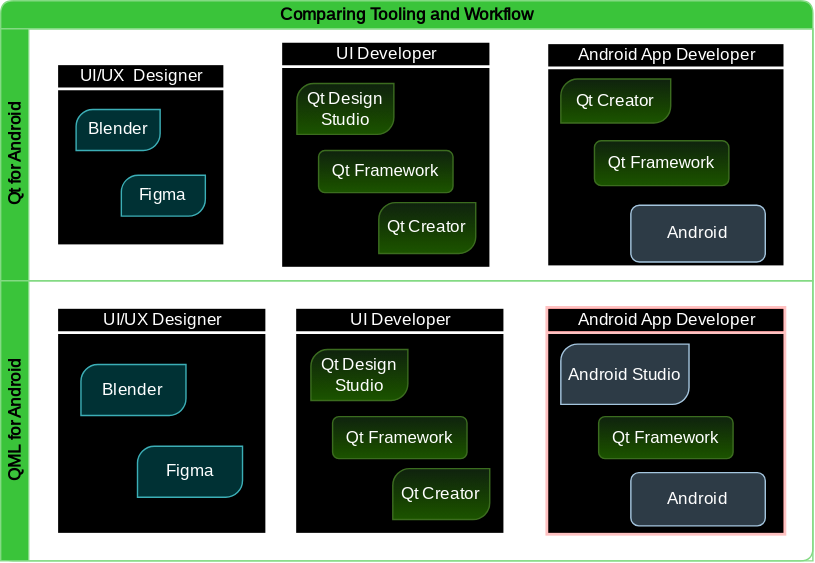
Earlier version of the draw.io export doc/images/qml-for-android-comparisson.drawio.svg (qt/qtdoc). Source tidied: cells renumbered, new cells last; positions are measured from the earlier drawing's top-left corner, leaving out a move shared by most shapes.
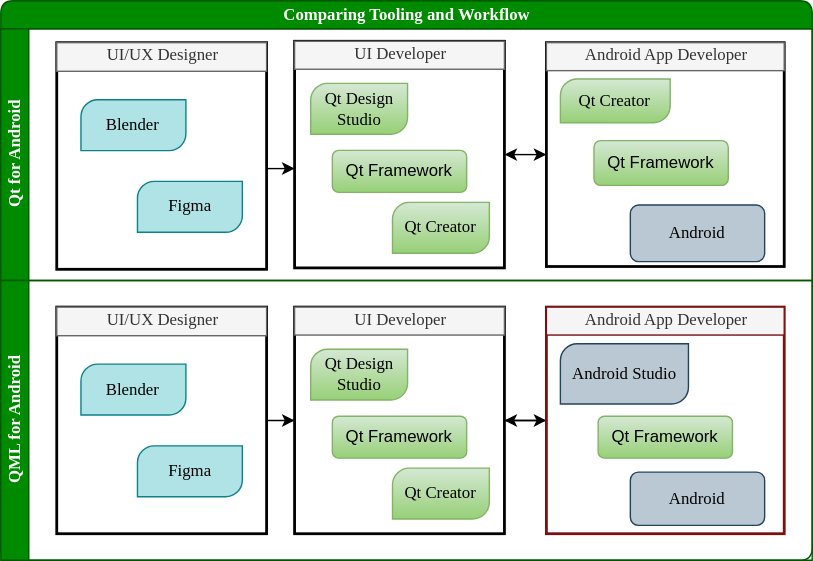
Later version of the same file.

Commit message:
Android: fix background color for qml for image

Some of the boxes had black background while others
had white, they don't look nice. Now, all backgrounds
are suitable for a white background.

Pick-to: 6.8

Diff of the diagram source:
```diff
@@ -8,34 +8,14 @@
     <mxCell id="3" value="Qt for Android" style="swimlane;startSize=20;horizontal=0;html=1;fontFamily=titillium web;fontSource=https%3A%2F%2Ffonts.google.com%2Fspecimen%2FTitillium%2BWeb;fontColor=#ffffff;fillColor=#008a00;strokeColor=#005700;" parent="2" vertex="1">
       <mxGeometry y="20" width="580" height="180" as="geometry" />
     </mxCell>
-    <mxCell id="4" style="edgeStyle=orthogonalEdgeStyle;rounded=0;jettySize=auto;html=1;entryX=0;entryY=0.5;entryDx=0;entryDy=0;fontFamily=titillium web;fontSource=https%3A%2F%2Ffonts.google.com%2Fspecimen%2FTitillium%2BWeb;" parent="3" edge="1" source="5" target="17">
-      <mxGeometry relative="1" as="geometry" />
-    </mxCell>
-    <mxCell id="5" style="strokeWidth=2;html=1;shape=mxgraph.lean_mapping.manufacturing_process;fontSize=12;verticalAlign=middle;html=1;align=center;whiteSpace=wrap;fontFamily=titillium web;fontSource=https%3A%2F%2Ffonts.google.com%2Fspecimen%2FTitillium%2BWeb;" parent="3" vertex="1">
-      <mxGeometry x="40" y="25" width="120" height="130" as="geometry" />
-    </mxCell>
-    <mxCell id="6" value="UI/UX&amp;nbsp; Designer" style="text;fontSize=12;spacingLeft=2;verticalAlign=top;html=1;align=center;spacingTop=-5;whiteSpace=wrap;fontFamily=titillium web;fontSource=https%3A%2F%2Ffonts.google.com%2Fspecimen%2FTitillium%2BWeb;" parent="5" vertex="1">
-      <mxGeometry width="120" height="16.4" as="geometry" />
-    </mxCell>
-    <mxCell id="7" value="Blender" style="verticalLabelPosition=middle;verticalAlign=middle;html=1;shape=mxgraph.basic.diag_round_rect;dx=6;whiteSpace=wrap;labelPosition=center;align=center;fillColor=#b0e3e6;strokeColor=#0e8088;fontFamily=titillium web;fontSource=https%3A%2F%2Ffonts.google.com%2Fspecimen%2FTitillium%2BWeb;" parent="5" vertex="1">
-      <mxGeometry x="13.8" y="32.7" width="60" height="29.2" as="geometry" />
-    </mxCell>
-    <mxCell id="8" value="Figma" style="verticalLabelPosition=middle;verticalAlign=middle;html=1;shape=mxgraph.basic.diag_round_rect;dx=6;whiteSpace=wrap;labelPosition=center;align=center;fillColor=#b0e3e6;strokeColor=#0e8088;fontFamily=titillium web;fontSource=https%3A%2F%2Ffonts.google.com%2Fspecimen%2FTitillium%2BWeb;" parent="5" vertex="1">
-      <mxGeometry x="46.2" y="79.6" width="60" height="29.2" as="geometry" />
-    </mxCell>
-    <mxCell id="9" style="edgeStyle=orthogonalEdgeStyle;rounded=0;jettySize=auto;html=1;entryX=0;entryY=0.5;entryDx=0;entryDy=0;fontFamily=titillium web;fontSource=https%3A%2F%2Ffonts.google.com%2Fspecimen%2FTitillium%2BWeb;" parent="3" edge="1" target="11">
-      <mxGeometry relative="1" as="geometry">
-        <mxPoint x="340" y="90" as="sourcePoint" />
-      </mxGeometry>
+    <mxCell id="9" style="edgeStyle=orthogonalEdgeStyle;rounded=0;jettySize=auto;html=1;entryX=0;entryY=0.5;entryDx=0;entryDy=0;fontFamily=titillium web;fontSource=https%3A%2F%2Ffonts.google.com%2Fspecimen%2FTitillium%2BWeb;exitX=1;exitY=0.5;exitDx=0;exitDy=0;endArrow=classic;endFill=1;startArrow=classic;startFill=1;" parent="3" edge="1" source="17" target="11">
+      <mxGeometry relative="1" as="geometry" />
     </mxCell>
-    <mxCell id="10" style="edgeStyle=orthogonalEdgeStyle;rounded=0;jettySize=auto;html=1;entryX=1;entryY=0.5;entryDx=0;entryDy=0;fontFamily=titillium web;fontSource=https%3A%2F%2Ffonts.google.com%2Fspecimen%2FTitillium%2BWeb;" parent="3" edge="1" source="11" target="17">
-      <mxGeometry relative="1" as="geometry" />
-    </mxCell>
-    <mxCell id="11" style="strokeWidth=2;html=1;shape=mxgraph.lean_mapping.manufacturing_process;fontSize=12;verticalAlign=middle;html=1;align=center;whiteSpace=wrap;fontFamily=titillium web;fontSource=https%3A%2F%2Ffonts.google.com%2Fspecimen%2FTitillium%2BWeb;" parent="3" vertex="1">
+    <mxCell id="11" style="strokeWidth=2;html=1;shape=mxgraph.lean_mapping.manufacturing_process;fontSize=12;verticalAlign=middle;html=1;align=center;whiteSpace=wrap;fontFamily=titillium web;fontSource=https%3A%2F%2Ffonts.google.com%2Fspecimen%2FTitillium%2BWeb;fillColor=none;" parent="3" vertex="1">
       <mxGeometry x="390" y="10" width="170" height="160" as="geometry" />
     </mxCell>
-    <mxCell id="12" value="Android App Developer" style="text;fontSize=12;spacingLeft=2;verticalAlign=top;html=1;align=center;spacingTop=-5;whiteSpace=wrap;fontFamily=titillium web;fontSource=https%3A%2F%2Ffonts.google.com%2Fspecimen%2FTitillium%2BWeb;" parent="11" vertex="1">
-      <mxGeometry width="170" height="25.9" as="geometry" />
+    <mxCell id="12" value="Android App Developer" style="text;fontSize=12;spacingLeft=2;verticalAlign=top;html=1;align=center;spacingTop=-5;whiteSpace=wrap;fontFamily=titillium web;fontSource=https%3A%2F%2Ffonts.google.com%2Fspecimen%2FTitillium%2BWeb;fillColor=#f5f5f5;fontColor=#333333;strokeColor=#666666;" parent="11" vertex="1">
+      <mxGeometry width="170" height="20" as="geometry" />
     </mxCell>
     <mxCell id="13" value="Qt Creator" style="verticalLabelPosition=middle;verticalAlign=middle;html=1;shape=mxgraph.basic.diag_round_rect;dx=6;whiteSpace=wrap;labelPosition=center;align=center;fillColor=#d5e8d4;strokeColor=#82b366;gradientColor=#97d077;fontFamily=titillium web;fontSource=https%3A%2F%2Ffonts.google.com%2Fspecimen%2FTitillium%2BWeb;" parent="11" vertex="1">
       <mxGeometry x="10" y="25.9" width="78.5" height="31.3" as="geometry" />
@@ -49,11 +29,11 @@
     <mxCell id="16" style="edgeStyle=orthogonalEdgeStyle;rounded=0;orthogonalLoop=1;jettySize=auto;html=1;exitX=0.5;exitY=1;exitDx=0;exitDy=0;" parent="11" edge="1" source="14" target="14">
       <mxGeometry relative="1" as="geometry" />
     </mxCell>
-    <mxCell id="17" style="strokeWidth=2;html=1;shape=mxgraph.lean_mapping.manufacturing_process;fontSize=12;verticalAlign=middle;html=1;align=center;whiteSpace=wrap;fontFamily=titillium web;fontSource=https%3A%2F%2Ffonts.google.com%2Fspecimen%2FTitillium%2BWeb;" parent="3" vertex="1">
-      <mxGeometry x="200" y="9" width="150" height="162" as="geometry" />
+    <mxCell id="17" style="strokeWidth=2;html=1;shape=mxgraph.lean_mapping.manufacturing_process;fontSize=12;verticalAlign=middle;html=1;align=center;whiteSpace=wrap;fontFamily=titillium web;fontSource=https%3A%2F%2Ffonts.google.com%2Fspecimen%2FTitillium%2BWeb;fillColor=none;" parent="3" vertex="1">
+      <mxGeometry x="210" y="9" width="150" height="162" as="geometry" />
     </mxCell>
-    <mxCell id="18" value="UI Developer" style="text;fontSize=12;spacingLeft=2;verticalAlign=top;html=1;align=center;spacingTop=-5;whiteSpace=wrap;fontFamily=titillium web;fontSource=https%3A%2F%2Ffonts.google.com%2Fspecimen%2FTitillium%2BWeb;" parent="17" vertex="1">
-      <mxGeometry width="150" height="30.1" as="geometry" />
+    <mxCell id="18" value="UI Developer" style="text;fontSize=12;spacingLeft=2;verticalAlign=top;html=1;align=center;spacingTop=-5;whiteSpace=wrap;fontFamily=titillium web;fontSource=https%3A%2F%2Ffonts.google.com%2Fspecimen%2FTitillium%2BWeb;fillColor=#f5f5f5;fontColor=#333333;strokeColor=#666666;" parent="17" vertex="1">
+      <mxGeometry width="150" height="20" as="geometry" />
     </mxCell>
     <mxCell id="19" value="Qt Design Studio" style="verticalLabelPosition=middle;verticalAlign=middle;html=1;shape=mxgraph.basic.diag_round_rect;dx=6;whiteSpace=wrap;labelPosition=center;align=center;fillColor=#d5e8d4;strokeColor=#82b366;gradientColor=#97d077;fontFamily=titillium web;fontSource=https%3A%2F%2Ffonts.google.com%2Fspecimen%2FTitillium%2BWeb;" parent="17" vertex="1">
       <mxGeometry x="11.5" y="30.1" width="69.2" height="36.4" as="geometry" />
@@ -64,16 +44,37 @@
     <mxCell id="21" value="Qt Framework" style="rounded=1;whiteSpace=wrap;html=1;fillColor=#d5e8d4;strokeColor=#82b366;gradientColor=#97d077;" parent="17" vertex="1">
       <mxGeometry x="27" y="78" width="96" height="30" as="geometry" />
     </mxCell>
+    <mxCell id="40" style="strokeWidth=2;html=1;shape=mxgraph.lean_mapping.manufacturing_process;fontSize=12;verticalAlign=middle;html=1;align=center;whiteSpace=wrap;fontFamily=titillium web;fontSource=https%3A%2F%2Ffonts.google.com%2Fspecimen%2FTitillium%2BWeb;fillColor=none;" parent="3" vertex="1">
+      <mxGeometry x="40" y="10" width="150" height="162" as="geometry" />
+    </mxCell>
+    <mxCell id="6" value="UI/UX Designer" style="text;fontSize=12;spacingLeft=2;verticalAlign=top;html=1;align=center;spacingTop=-5;whiteSpace=wrap;fontFamily=titillium web;fontSource=https%3A%2F%2Ffonts.google.com%2Fspecimen%2FTitillium%2BWeb;fillColor=#f5f5f5;fontColor=#333333;strokeColor=#666666;" parent="40" vertex="1">
+      <mxGeometry width="150" height="20.5" as="geometry" />
+    </mxCell>
+    <mxCell id="7" value="Blender" style="verticalLabelPosition=middle;verticalAlign=middle;html=1;shape=mxgraph.basic.diag_round_rect;dx=6;whiteSpace=wrap;labelPosition=center;align=center;fillColor=#b0e3e6;strokeColor=#0e8088;fontFamily=titillium web;fontSource=https%3A%2F%2Ffonts.google.com%2Fspecimen%2FTitillium%2BWeb;" parent="40" vertex="1">
+      <mxGeometry x="17.3" y="40.8" width="75" height="36.4" as="geometry" />
+    </mxCell>
+    <mxCell id="8" value="Figma" style="verticalLabelPosition=middle;verticalAlign=middle;html=1;shape=mxgraph.basic.diag_round_rect;dx=6;whiteSpace=wrap;labelPosition=center;align=center;fillColor=#b0e3e6;strokeColor=#0e8088;fontFamily=titillium web;fontSource=https%3A%2F%2Ffonts.google.com%2Fspecimen%2FTitillium%2BWeb;" parent="40" vertex="1">
+      <mxGeometry x="57.7" y="99.2" width="75" height="36.4" as="geometry" />
+    </mxCell>
+    <mxCell id="41" style="edgeStyle=orthogonalEdgeStyle;rounded=0;orthogonalLoop=1;jettySize=auto;html=1;entryX=0;entryY=0.5;entryDx=0;entryDy=0;fontFamily=titillium web;fontSource=https%3A%2F%2Ffonts.google.com%2Fspecimen%2FTitillium%2BWeb;" parent="3" edge="1">
+      <mxGeometry relative="1" as="geometry">
+        <mxPoint x="190" y="100" as="sourcePoint" />
+        <mxPoint x="210" y="100" as="targetPoint" />
+        <Array as="points">
+          <mxPoint x="190" y="100" />
+        </Array>
+      </mxGeometry>
+    </mxCell>
     <mxCell id="22" value="QML for Android" style="swimlane;startSize=20;horizontal=0;html=1;fontFamily=titillium web;fontSource=https%3A%2F%2Ffonts.google.com%2Fspecimen%2FTitillium%2BWeb;fontColor=#ffffff;fillColor=#008a00;strokeColor=#005700;" parent="2" vertex="1">
       <mxGeometry y="200" width="580" height="200" as="geometry" />
     </mxCell>
     <mxCell id="23" style="edgeStyle=orthogonalEdgeStyle;rounded=0;jettySize=auto;html=1;entryX=0;entryY=0.5;entryDx=0;entryDy=0;fontFamily=titillium web;fontSource=https%3A%2F%2Ffonts.google.com%2Fspecimen%2FTitillium%2BWeb;" parent="22" edge="1" source="24" target="29">
       <mxGeometry relative="1" as="geometry" />
     </mxCell>
-    <mxCell id="24" style="strokeWidth=2;html=1;shape=mxgraph.lean_mapping.manufacturing_process;fontSize=12;verticalAlign=middle;html=1;align=center;whiteSpace=wrap;fontFamily=titillium web;fontSource=https%3A%2F%2Ffonts.google.com%2Fspecimen%2FTitillium%2BWeb;" parent="22" vertex="1">
+    <mxCell id="24" style="strokeWidth=2;html=1;shape=mxgraph.lean_mapping.manufacturing_process;fontSize=12;verticalAlign=middle;html=1;align=center;whiteSpace=wrap;fontFamily=titillium web;fontSource=https%3A%2F%2Ffonts.google.com%2Fspecimen%2FTitillium%2BWeb;fillColor=none;" parent="22" vertex="1">
       <mxGeometry x="40" y="19" width="150" height="162" as="geometry" />
     </mxCell>
-    <mxCell id="25" value="UI/UX Designer" style="text;fontSize=12;spacingLeft=2;verticalAlign=top;html=1;align=center;spacingTop=-5;whiteSpace=wrap;fontFamily=titillium web;fontSource=https%3A%2F%2Ffonts.google.com%2Fspecimen%2FTitillium%2BWeb;" parent="24" vertex="1">
+    <mxCell id="25" value="UI/UX Designer" style="text;fontSize=12;spacingLeft=2;verticalAlign=top;html=1;align=center;spacingTop=-5;whiteSpace=wrap;fontFamily=titillium web;fontSource=https%3A%2F%2Ffonts.google.com%2Fspecimen%2FTitillium%2BWeb;fillColor=#f5f5f5;fontColor=#333333;strokeColor=#666666;" parent="24" vertex="1">
       <mxGeometry width="150" height="20.5" as="geometry" />
     </mxCell>
     <mxCell id="26" value="Blender" style="verticalLabelPosition=middle;verticalAlign=middle;html=1;shape=mxgraph.basic.diag_round_rect;dx=6;whiteSpace=wrap;labelPosition=center;align=center;fillColor=#b0e3e6;strokeColor=#0e8088;fontFamily=titillium web;fontSource=https%3A%2F%2Ffonts.google.com%2Fspecimen%2FTitillium%2BWeb;" parent="24" vertex="1">
@@ -85,11 +86,11 @@
     <mxCell id="28" style="edgeStyle=orthogonalEdgeStyle;rounded=0;jettySize=auto;html=1;entryX=0;entryY=0.5;entryDx=0;entryDy=0;fontFamily=titillium web;fontSource=https%3A%2F%2Ffonts.google.com%2Fspecimen%2FTitillium%2BWeb;" parent="22" edge="1" source="29" target="35">
       <mxGeometry relative="1" as="geometry" />
     </mxCell>
-    <mxCell id="29" style="strokeWidth=2;html=1;shape=mxgraph.lean_mapping.manufacturing_process;fontSize=12;verticalAlign=middle;html=1;align=center;whiteSpace=wrap;fontFamily=titillium web;fontSource=https%3A%2F%2Ffonts.google.com%2Fspecimen%2FTitillium%2BWeb;" parent="22" vertex="1">
+    <mxCell id="29" style="strokeWidth=2;html=1;shape=mxgraph.lean_mapping.manufacturing_process;fontSize=12;verticalAlign=middle;html=1;align=center;whiteSpace=wrap;fontFamily=titillium web;fontSource=https%3A%2F%2Ffonts.google.com%2Fspecimen%2FTitillium%2BWeb;fillColor=none;" parent="22" vertex="1">
       <mxGeometry x="210" y="19" width="150" height="162" as="geometry" />
     </mxCell>
-    <mxCell id="30" value="UI Developer" style="text;fontSize=12;spacingLeft=2;verticalAlign=top;html=1;align=center;spacingTop=-5;whiteSpace=wrap;fontFamily=titillium web;fontSource=https%3A%2F%2Ffonts.google.com%2Fspecimen%2FTitillium%2BWeb;" parent="29" vertex="1">
-      <mxGeometry width="150" height="30.1" as="geometry" />
+    <mxCell id="30" value="UI Developer" style="text;fontSize=12;spacingLeft=2;verticalAlign=top;html=1;align=center;spacingTop=-5;whiteSpace=wrap;fontFamily=titillium web;fontSource=https%3A%2F%2Ffonts.google.com%2Fspecimen%2FTitillium%2BWeb;fillColor=#f5f5f5;fontColor=#333333;strokeColor=#666666;" parent="29" vertex="1">
+      <mxGeometry width="150" height="20" as="geometry" />
     </mxCell>
     <mxCell id="31" value="Qt Design Studio" style="verticalLabelPosition=middle;verticalAlign=middle;html=1;shape=mxgraph.basic.diag_round_rect;dx=6;whiteSpace=wrap;labelPosition=center;align=center;fillColor=#d5e8d4;strokeColor=#82b366;gradientColor=#97d077;fontFamily=titillium web;fontSource=https%3A%2F%2Ffonts.google.com%2Fspecimen%2FTitillium%2BWeb;" parent="29" vertex="1">
       <mxGeometry x="11.5" y="30.1" width="69.2" height="36.4" as="geometry" />
@@ -103,11 +104,11 @@
     <mxCell id="34" style="edgeStyle=orthogonalEdgeStyle;rounded=0;jettySize=auto;html=1;entryX=1;entryY=0.5;entryDx=0;entryDy=0;fontFamily=titillium web;fontSource=https%3A%2F%2Ffonts.google.com%2Fspecimen%2FTitillium%2BWeb;" parent="22" edge="1" source="35" target="29">
       <mxGeometry relative="1" as="geometry" />
     </mxCell>
-    <mxCell id="35" style="strokeWidth=2;html=1;shape=mxgraph.lean_mapping.manufacturing_process;fontSize=12;verticalAlign=middle;html=1;align=center;whiteSpace=wrap;fontColor=#994C00;strokeColor=#791111;fontFamily=titillium web;fontSource=https%3A%2F%2Ffonts.google.com%2Fspecimen%2FTitillium%2BWeb;" parent="22" vertex="1">
+    <mxCell id="35" style="strokeWidth=2;html=1;shape=mxgraph.lean_mapping.manufacturing_process;fontSize=12;verticalAlign=middle;html=1;align=center;whiteSpace=wrap;fontColor=#994C00;strokeColor=#791111;fontFamily=titillium web;fontSource=https%3A%2F%2Ffonts.google.com%2Fspecimen%2FTitillium%2BWeb;fillColor=none;" parent="22" vertex="1">
       <mxGeometry x="390" y="19" width="170" height="162" as="geometry" />
     </mxCell>
-    <mxCell id="36" value="Android App Developer" style="text;fontSize=12;spacingLeft=2;verticalAlign=top;html=1;align=center;spacingTop=-5;whiteSpace=wrap;fontFamily=titillium web;fontSource=https%3A%2F%2Ffonts.google.com%2Fspecimen%2FTitillium%2BWeb;" parent="35" vertex="1">
-      <mxGeometry width="170" height="26.2" as="geometry" />
+    <mxCell id="36" value="Android App Developer" style="text;fontSize=12;spacingLeft=2;verticalAlign=top;html=1;align=center;spacingTop=-5;whiteSpace=wrap;fontFamily=titillium web;fontSource=https%3A%2F%2Ffonts.google.com%2Fspecimen%2FTitillium%2BWeb;fillColor=#f5f5f5;fontColor=#333333;strokeColor=#791111;" parent="35" vertex="1">
+      <mxGeometry width="170" height="20" as="geometry" />
     </mxCell>
     <mxCell id="37" value="Android Studio" style="verticalLabelPosition=middle;verticalAlign=middle;html=1;shape=mxgraph.basic.diag_round_rect;dx=6;whiteSpace=wrap;fillColor=#bac8d3;strokeColor=#23445d;labelPosition=center;align=center;fontFamily=android;fontSource=https%3A%2F%2Fwww.dafont.com%2Fandroid.font;" parent="35" vertex="1">
       <mxGeometry x="10" y="26.2" width="91.5" height="43" as="geometry" />
```
